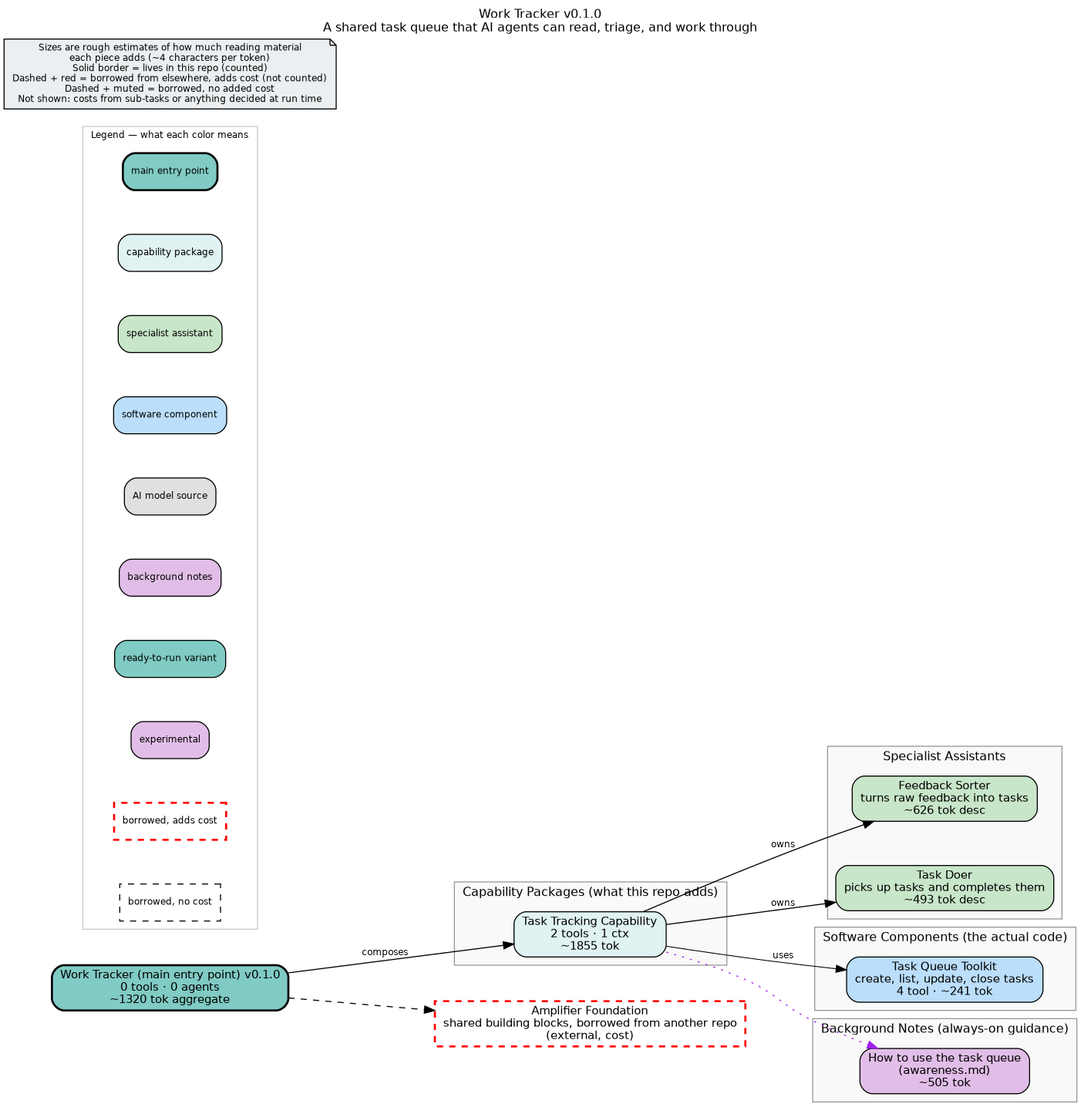
Earlier version of the Graphviz export bundle.png (microsoft/amplifier-work-tracker). Its source is kept beside it as bundle.dot. Its diagram source:
```dot

digraph work_tracker {
    rankdir=LR
    fontname="Helvetica"
    fontsize=12
    label="Work Tracker v0.1.0\nA shared task queue that AI agents can read, triage, and work through"
    labelloc=t
    labeljust=c
    nodesep=0.6
    ranksep=0.7
    bgcolor="white"
    source_hash="bd6ab569bc1cb032cdfe732af16c9d74e5d6cfa3a01b99a16537dcb4a732fc9c"

    node [fontname="Helvetica", fontsize=11, style="filled,rounded"]
    edge [fontname="Helvetica", fontsize=9]

    root_work_tracker [label="Work Tracker (main entry point) v0.1.0\n0 tools · 0 agents\n~1320 tok aggregate", shape=box, fillcolor="#80cbc4", style="filled,rounded,bold", penwidth=2]

    subgraph cluster_behaviors {
        label="Capability Packages (what this repo adds)"
        style="filled"
        fillcolor="#f9f9f9"
        color="#999999"

        beh_work_tracker_behavior [label="Task Tracking Capability\n2 tools · 1 ctx\n~1855 tok", shape=box, fillcolor="#e0f2f1", style="filled,rounded"]
    }

    subgraph cluster_agents {
        label="Specialist Assistants"
        style="filled"
        fillcolor="#f9f9f9"
        color="#999999"

        agt_feedback_triage [label="Feedback Sorter\nturns raw feedback into tasks\n~626 tok desc", shape=box, fillcolor="#c8e6c9", style="filled,rounded"]
        agt_work_executor [label="Task Doer\npicks up tasks and completes them\n~493 tok desc", shape=box, fillcolor="#c8e6c9", style="filled,rounded"]
    }

    subgraph cluster_modules {
        label="Software Components (the actual code)"
        style="filled"
        fillcolor="#f9f9f9"
        color="#999999"

        mod_tool_work_tracker [label="Task Queue Toolkit\ncreate, list, update, close tasks\n4 tool · ~241 tok", shape=box, fillcolor="#bbdefb", style="filled,rounded"]
    }

    subgraph cluster_context {
        label="Background Notes (always-on guidance)"
        style="filled"
        fillcolor="#f9f9f9"
        color="#999999"

        ctx_awareness_md [label="How to use the task queue\n(awareness.md)\n~505 tok", shape=box, fillcolor="#e1bee7", style="filled,rounded"]
    }

    subgraph cluster_legend {
        label="Legend — what each color means"
        style="filled"
        fillcolor="white"
        color="#cccccc"
        fontsize=9

        leg_root [label="main entry point", shape=box, fillcolor="#80cbc4", style="filled,rounded,bold", fontsize=9]
        leg_behavior [label="capability package", shape=box, fillcolor="#e0f2f1", style="filled,rounded", fontsize=9]
        leg_agent [label="specialist assistant", shape=box, fillcolor="#c8e6c9", style="filled,rounded", fontsize=9]
        leg_module [label="software component", shape=box, fillcolor="#bbdefb", style="filled,rounded", fontsize=9]
        leg_provider [label="AI model source", shape=box, fillcolor="#e0e0e0", style="filled,rounded", fontsize=9]
        leg_context [label="background notes", shape=box, fillcolor="#e1bee7", style="filled,rounded", fontsize=9]
        leg_standalone [label="ready-to-run variant", shape=box, fillcolor="#80cbc4", style="filled,rounded", fontsize=9]
        leg_experiment [label="experimental", shape=box, fillcolor="#e1bee7", style="filled,rounded", fontsize=9]
        leg_ext_cost [label="borrowed, adds cost", shape=box, fillcolor="#80cbc4", style="dashed", color="red", penwidth=2, fontsize=9]
        leg_ext_muted [label="borrowed, no cost", shape=box, fillcolor="#f5f5f5", style="dashed", fontsize=9]
    }

    disclaimer [label="Sizes are rough estimates of how much reading material\neach piece adds (~4 characters per token)\nSolid border = lives in this repo (counted)\nDashed + red = borrowed from elsewhere, adds cost (not counted)\nDashed + muted = borrowed, no added cost\nNot shown: costs from sub-tasks or anything decided at run time", shape=note, fillcolor="#eceff1", style="filled", fontsize=9]

    ext_githttps___github_com_microsoft_amplifier_foundation_main [label="Amplifier Foundation\nshared building blocks, borrowed from another repo\n(external, cost)", shape=box, fillcolor="#80cbc4", style="dashed", color="red", penwidth=2]

    root_work_tracker -> ext_githttps___github_com_microsoft_amplifier_foundation_main [style=dashed]
    root_work_tracker -> beh_work_tracker_behavior [label="composes"]
    beh_work_tracker_behavior -> agt_work_executor [label="owns"]
    beh_work_tracker_behavior -> agt_feedback_triage [label="owns"]
    beh_work_tracker_behavior -> mod_tool_work_tracker [label="uses", penwidth=0.8]
    beh_work_tracker_behavior -> ctx_awareness_md [style=dotted, color=purple]
}
```
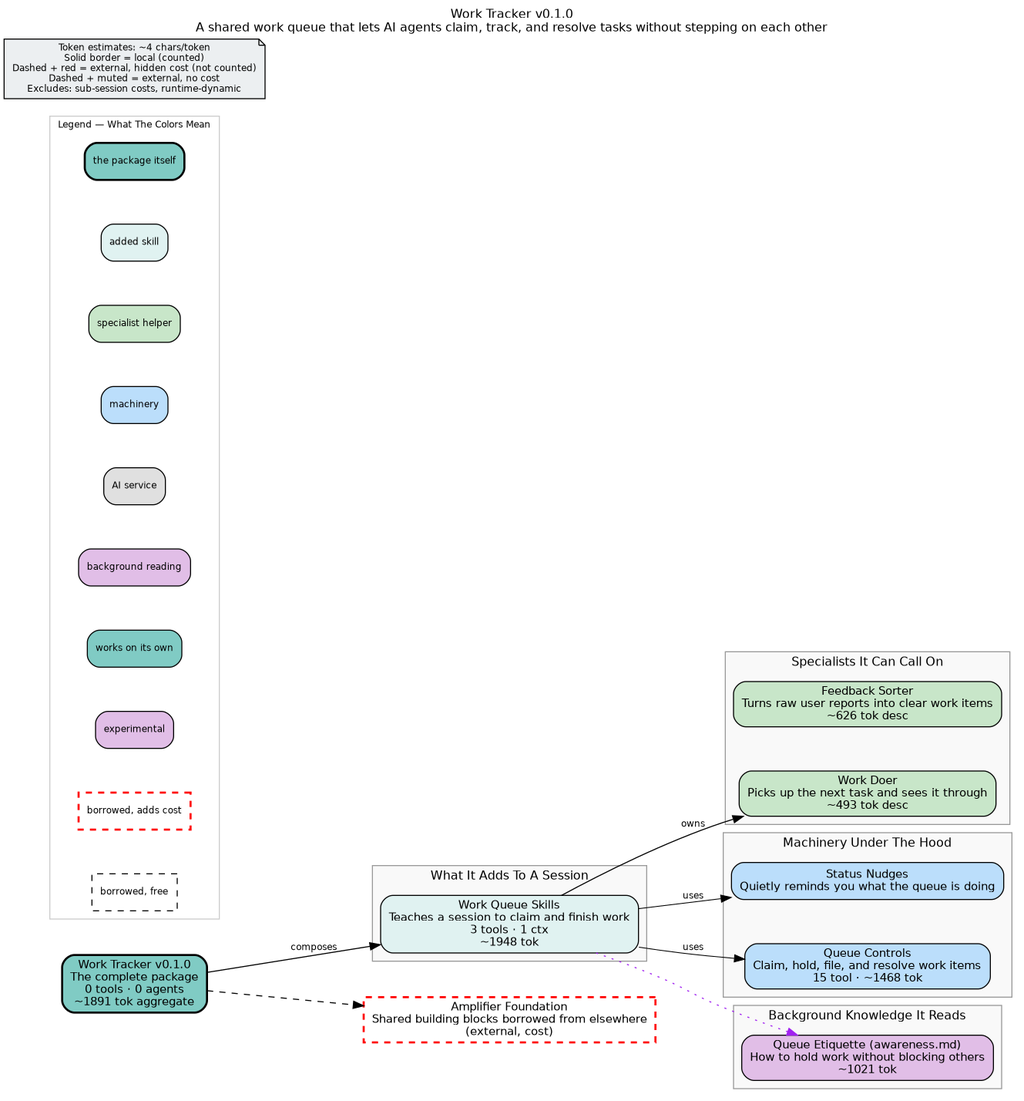
After the commit.

Commit message:
fix: reject <example>/<commentary> in agent descriptions; README install + bundle guidance (#61)

What changed in the source:
```diff
@@ -1,85 +1,85 @@
-
 digraph work_tracker {
     rankdir=LR
     fontname="Helvetica"
     fontsize=12
-    label="Work Tracker v0.1.0\nA shared task queue that AI agents can read, triage, and work through"
+    label="Work Tracker v0.1.0\nA shared work queue that lets AI agents claim, track, and resolve tasks without stepping on each other"
     labelloc=t
     labeljust=c
     nodesep=0.6
     ranksep=0.7
     bgcolor="white"
-    source_hash="bd6ab569bc1cb032cdfe732af16c9d74e5d6cfa3a01b99a16537dcb4a732fc9c"
+    source_hash="f40791297f64b91a720eacd2ec6d9722ba6af34c3fca9c0a9460eaeafc6807aa"
 
     node [fontname="Helvetica", fontsize=11, style="filled,rounded"]
     edge [fontname="Helvetica", fontsize=9]
 
-    root_work_tracker [label="Work Tracker (main entry point) v0.1.0\n0 tools · 0 agents\n~1320 tok aggregate", shape=box, fillcolor="#80cbc4", style="filled,rounded,bold", penwidth=2]
+    root_work_tracker [label="Work Tracker v0.1.0\nThe complete package\n0 tools · 0 agents\n~1891 tok aggregate", shape=box, fillcolor="#80cbc4", style="filled,rounded,bold", penwidth=2]
 
     subgraph cluster_behaviors {
-        label="Capability Packages (what this repo adds)"
+        label="What It Adds To A Session"
         style="filled"
         fillcolor="#f9f9f9"
         color="#999999"
 
-        beh_work_tracker_behavior [label="Task Tracking Capability\n2 tools · 1 ctx\n~1855 tok", shape=box, fillcolor="#e0f2f1", style="filled,rounded"]
+        beh_work_tracker_behavior [label="Work Queue Skills\nTeaches a session to claim and finish work\n3 tools · 1 ctx\n~1948 tok", shape=box, fillcolor="#e0f2f1", style="filled,rounded"]
     }
 
     subgraph cluster_agents {
-        label="Specialist Assistants"
+        label="Specialists It Can Call On"
         style="filled"
         fillcolor="#f9f9f9"
         color="#999999"
 
-        agt_feedback_triage [label="Feedback Sorter\nturns raw feedback into tasks\n~626 tok desc", shape=box, fillcolor="#c8e6c9", style="filled,rounded"]
-        agt_work_executor [label="Task Doer\npicks up tasks and completes them\n~493 tok desc", shape=box, fillcolor="#c8e6c9", style="filled,rounded"]
+        agt_feedback_triage [label="Feedback Sorter\nTurns raw user reports into clear work items\n~626 tok desc", shape=box, fillcolor="#c8e6c9", style="filled,rounded"]
+        agt_work_executor [label="Work Doer\nPicks up the next task and sees it through\n~493 tok desc", shape=box, fillcolor="#c8e6c9", style="filled,rounded"]
     }
 
     subgraph cluster_modules {
-        label="Software Components (the actual code)"
+        label="Machinery Under The Hood"
         style="filled"
         fillcolor="#f9f9f9"
         color="#999999"
 
-        mod_tool_work_tracker [label="Task Queue Toolkit\ncreate, list, update, close tasks\n4 tool · ~241 tok", shape=box, fillcolor="#bbdefb", style="filled,rounded"]
+        mod_hooks_work_subscribe_reminder [label="Status Nudges\nQuietly reminds you what the queue is doing", shape=box, fillcolor="#bbdefb", style="filled,rounded"]
+        mod_tool_work_tracker [label="Queue Controls\nClaim, hold, file, and resolve work items\n15 tool · ~1468 tok", shape=box, fillcolor="#bbdefb", style="filled,rounded"]
     }
 
     subgraph cluster_context {
-        label="Background Notes (always-on guidance)"
+        label="Background Knowledge It Reads"
         style="filled"
         fillcolor="#f9f9f9"
         color="#999999"
 
-        ctx_awareness_md [label="How to use the task queue\n(awareness.md)\n~505 tok", shape=box, fillcolor="#e1bee7", style="filled,rounded"]
+        ctx_awareness_md [label="Queue Etiquette (awareness.md)\nHow to hold work without blocking others\n~1021 tok", shape=box, fillcolor="#e1bee7", style="filled,rounded"]
     }
 
     subgraph cluster_legend {
-        label="Legend — what each color means"
+        label="Legend — What The Colors Mean"
         style="filled"
         fillcolor="white"
         color="#cccccc"
         fontsize=9
 
-        leg_root [label="main entry point", shape=box, fillcolor="#80cbc4", style="filled,rounded,bold", fontsize=9]
-        leg_behavior [label="capability package", shape=box, fillcolor="#e0f2f1", style="filled,rounded", fontsize=9]
-        leg_agent [label="specialist assistant", shape=box, fillcolor="#c8e6c9", style="filled,rounded", fontsize=9]
-        leg_module [label="software component", shape=box, fillcolor="#bbdefb", style="filled,rounded", fontsize=9]
-        leg_provider [label="AI model source", shape=box, fillcolor="#e0e0e0", style="filled,rounded", fontsize=9]
-        leg_context [label="background notes", shape=box, fillcolor="#e1bee7", style="filled,rounded", fontsize=9]
-        leg_standalone [label="ready-to-run variant", shape=box, fillcolor="#80cbc4", style="filled,rounded", fontsize=9]
+        leg_root [label="the package itself", shape=box, fillcolor="#80cbc4", style="filled,rounded,bold", fontsize=9]
+        leg_behavior [label="added skill", shape=box, fillcolor="#e0f2f1", style="filled,rounded", fontsize=9]
+        leg_agent [label="specialist helper", shape=box, fillcolor="#c8e6c9", style="filled,rounded", fontsize=9]
+        leg_module [label="machinery", shape=box, fillcolor="#bbdefb", style="filled,rounded", fontsize=9]
+        leg_provider [label="AI service", shape=box, fillcolor="#e0e0e0", style="filled,rounded", fontsize=9]
+        leg_context [label="background reading", shape=box, fillcolor="#e1bee7", style="filled,rounded", fontsize=9]
+        leg_standalone [label="works on its own", shape=box, fillcolor="#80cbc4", style="filled,rounded", fontsize=9]
         leg_experiment [label="experimental", shape=box, fillcolor="#e1bee7", style="filled,rounded", fontsize=9]
         leg_ext_cost [label="borrowed, adds cost", shape=box, fillcolor="#80cbc4", style="dashed", color="red", penwidth=2, fontsize=9]
-        leg_ext_muted [label="borrowed, no cost", shape=box, fillcolor="#f5f5f5", style="dashed", fontsize=9]
+        leg_ext_muted [label="borrowed, free", shape=box, fillcolor="#f5f5f5", style="dashed", fontsize=9]
     }
 
-    disclaimer [label="Sizes are rough estimates of how much reading material\neach piece adds (~4 characters per token)\nSolid border = lives in this repo (counted)\nDashed + red = borrowed from elsewhere, adds cost (not counted)\nDashed + muted = borrowed, no added cost\nNot shown: costs from sub-tasks or anything decided at run time", shape=note, fillcolor="#eceff1", style="filled", fontsize=9]
+    disclaimer [label="Token estimates: ~4 chars/token\nSolid border = local (counted)\nDashed + red = external, hidden cost (not counted)\nDashed + muted = external, no cost\nExcludes: sub-session costs, runtime-dynamic", shape=note, fillcolor="#eceff1", style="filled", fontsize=9]
 
-    ext_githttps___github_com_microsoft_amplifier_foundation_main [label="Amplifier Foundation\nshared building blocks, borrowed from another repo\n(external, cost)", shape=box, fillcolor="#80cbc4", style="dashed", color="red", penwidth=2]
+    ext_githttps___github_com_microsoft_amplifier_foundation_main [label="Amplifier Foundation\nShared building blocks borrowed from elsewhere\n(external, cost)", shape=box, fillcolor="#80cbc4", style="dashed", color="red", penwidth=2]
 
     root_work_tracker -> ext_githttps___github_com_microsoft_amplifier_foundation_main [style=dashed]
     root_work_tracker -> beh_work_tracker_behavior [label="composes"]
     beh_work_tracker_behavior -> agt_work_executor [label="owns"]
-    beh_work_tracker_behavior -> agt_feedback_triage [label="owns"]
     beh_work_tracker_behavior -> mod_tool_work_tracker [label="uses", penwidth=0.8]
+    beh_work_tracker_behavior -> mod_hooks_work_subscribe_reminder [label="uses", penwidth=0.8]
     beh_work_tracker_behavior -> ctx_awareness_md [style=dotted, color=purple]
 }
```
